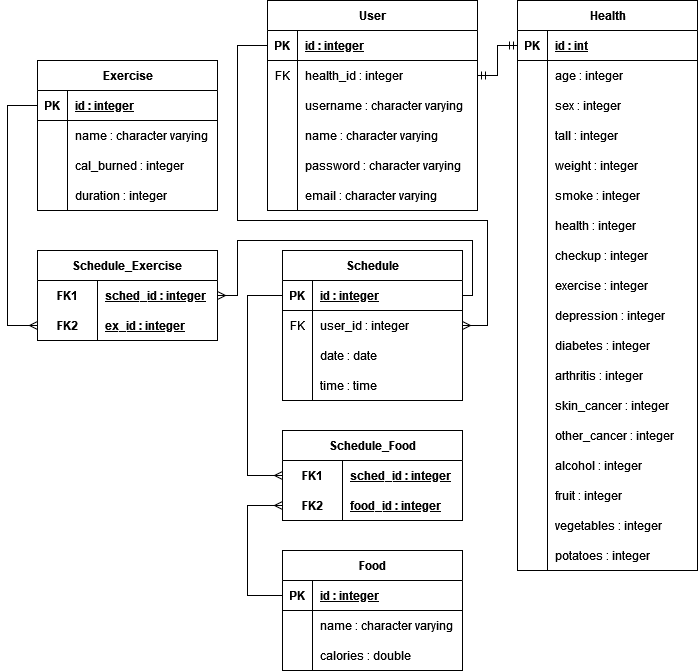
Before: docs/erd/erd.png, a diagram exported from draw.io (bagusrakaop/HealAssist). Source tidied: cells renumbered, new cells last; positions are measured from the earlier drawing's top-left corner, leaving out a move shared by most shapes.
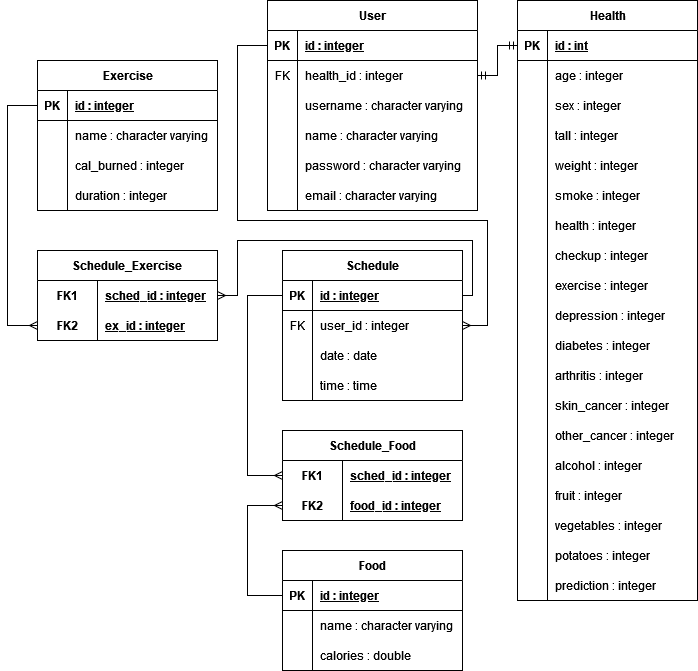
After the change.

Diff of the diagram source:
```diff
@@ -60,7 +60,7 @@
       <mxGeometry x="30" width="180" height="30" as="geometry" />
     </mxCell>
     <mxCell id="21" value="Health" style="shape=table;startSize=30;rowLines=0;fontStyle=1;align=center;html=1;" parent="1" vertex="1">
-      <mxGeometry x="510" width="180" height="570" as="geometry" />
+      <mxGeometry x="510" width="180" height="600" as="geometry" />
     </mxCell>
     <mxCell id="22" style="shape=tableRow;horizontal=0;startSize=0;swimlaneHead=0;swimlaneBody=0;fillColor=none;points=[[0,0.5],[1,0.5]];portConstraint=eastwest;top=0;left=0;right=0;bottom=1;" parent="21" vertex="1">
       <mxGeometry y="30" width="180" height="30" as="geometry" />
@@ -224,6 +224,15 @@
     <mxCell id="75" value="potatoes : integer" style="shape=partialRectangle;fillColor=none;top=0;left=0;bottom=0;right=0;align=left;spacingLeft=6;overflow=hidden;whiteSpace=wrap;html=1;" parent="73" vertex="1">
       <mxGeometry x="30" width="150" height="30" as="geometry" />
     </mxCell>
+    <mxCell id="132" style="shape=tableRow;horizontal=0;startSize=0;swimlaneHead=0;swimlaneBody=0;fillColor=none;top=0;left=0;right=0;bottom=0;" parent="21" vertex="1">
+      <mxGeometry y="570" width="180" height="30" as="geometry" />
+    </mxCell>
+    <mxCell id="133" style="shape=partialRectangle;fillColor=none;top=0;left=0;bottom=0;right=0;overflow=hidden;whiteSpace=wrap;html=1;" parent="132" vertex="1">
+      <mxGeometry width="30" height="30" as="geometry" />
+    </mxCell>
+    <mxCell id="134" value="prediction : integer" style="shape=partialRectangle;fillColor=none;top=0;left=0;bottom=0;right=0;align=left;spacingLeft=6;overflow=hidden;whiteSpace=wrap;html=1;" parent="132" vertex="1">
+      <mxGeometry x="30" width="150" height="30" as="geometry" />
+    </mxCell>
     <mxCell id="76" value="Schedule" style="shape=table;startSize=30;rowLines=0;fontStyle=1;align=center;html=1;" parent="1" vertex="1">
       <mxGeometry x="275" y="250" width="180" height="150" as="geometry" />
     </mxCell>
```
